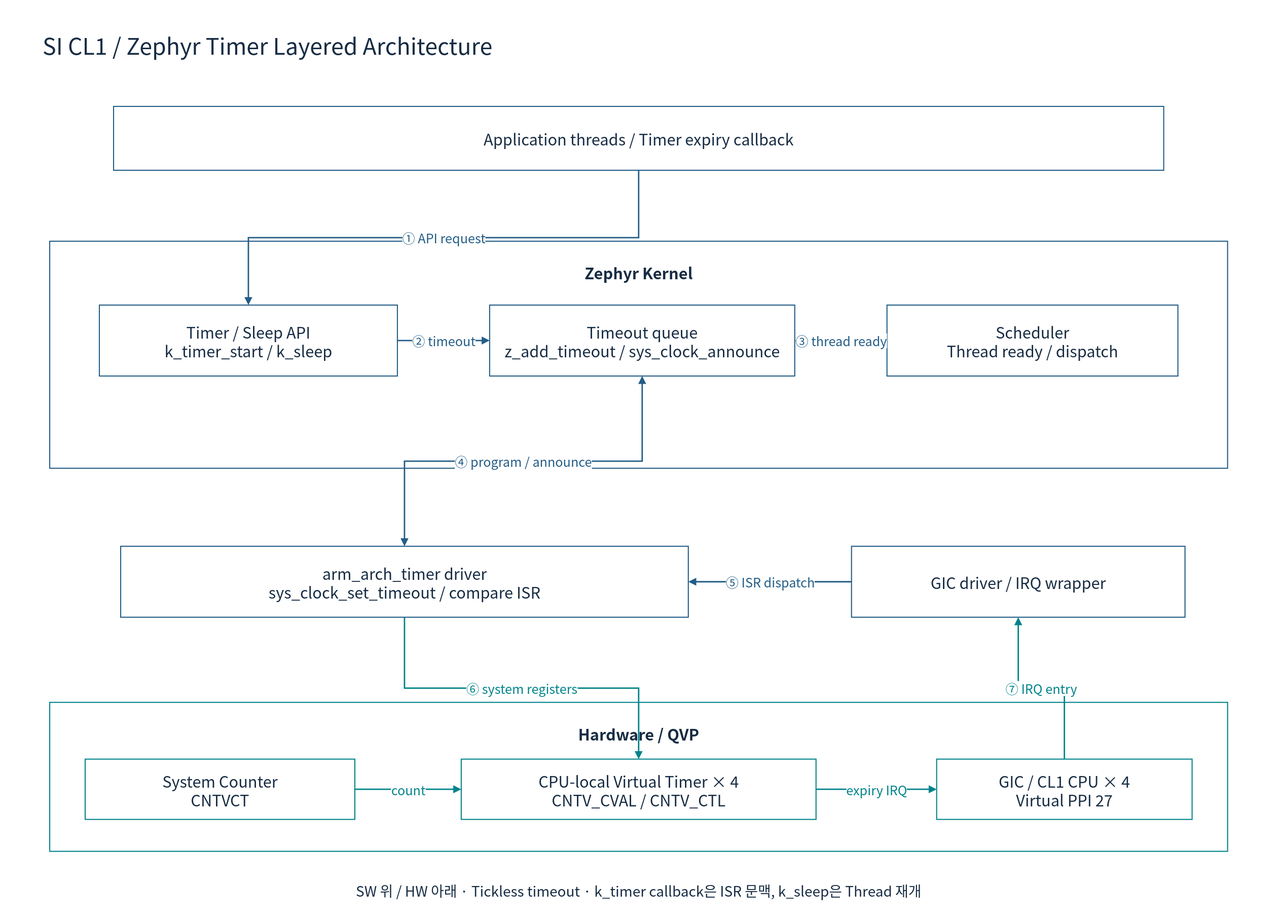
Earlier version of the draw.io export doc/phase1/timer/diagrams/08g-zephyr-software.drawio.svg (cometzero/project-apollo). Source tidied: cells renumbered, new cells last; positions are measured from the earlier drawing's top-left corner, leaving out a move shared by most shapes.
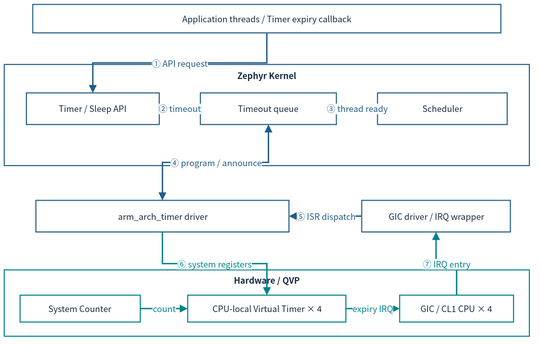
The same file after the commit.

The edit, as a diff of the source:
```diff
@@ -2,74 +2,65 @@
   <root>
     <mxCell id="0" />
     <mxCell id="1" parent="0" />
-    <mxCell id="2" style="rounded=0;whiteSpace=wrap;html=1;fillColor=#FFFFFF;strokeColor=none;strokeWidth=1.5;fontColor=#172C43;fontFamily=Noto Sans CJK KR;fontSize=22;spacing=10;" parent="1" vertex="1">
-      <mxGeometry width="1800" height="1300" as="geometry" />
-    </mxCell>
-    <mxCell id="3" value="SI CL1 / Zephyr Timer Layered Architecture" style="rounded=0;whiteSpace=wrap;html=1;fillColor=#FFFFFF;strokeColor=none;strokeWidth=1.5;fontColor=#172C43;fontFamily=Noto Sans CJK KR;fontSize=22;spacing=10;fontSize=32;align=left;" parent="1" vertex="1">
-      <mxGeometry x="50" y="30" width="1700" height="65" as="geometry" />
-    </mxCell>
-    <mxCell id="4" value="Application threads / Timer expiry callback" style="rounded=0;whiteSpace=wrap;html=1;fillColor=#FFFFFF;strokeColor=#235D86;strokeWidth=1.5;fontColor=#172C43;fontFamily=Noto Sans CJK KR;fontSize=22;spacing=10;" parent="1" vertex="1">
-      <mxGeometry x="160" y="150" width="1480" height="90" as="geometry" />
+    <mxCell id="4" value="Application threads / Timer expiry callback" style="rounded=0;whiteSpace=wrap;html=1;fillColor=#FFFFFF;strokeColor=#235D86;strokeWidth=1.5;fontColor=#172C43;fontFamily=Noto Sans CJK KR;fontSize=12;spacing=3;whiteSpace=wrap;" parent="1" vertex="1">
+      <mxGeometry x="52.1" y="12" width="659.8" height="40.1" as="geometry" />
     </mxCell>
-    <mxCell id="5" value="Zephyr Kernel" style="rounded=0;whiteSpace=wrap;html=1;fillColor=#FFFFFF;strokeColor=#235D86;strokeWidth=1.5;fontColor=#172C43;fontFamily=Noto Sans CJK KR;fontSize=22;spacing=10;verticalAlign=top;fontStyle=1;spacingTop=16;" parent="1" vertex="1">
-      <mxGeometry x="70" y="340" width="1660" height="320" as="geometry" />
+    <mxCell id="5" value="Zephyr Kernel" style="rounded=0;whiteSpace=wrap;html=1;fillColor=#FFFFFF;strokeColor=#235D86;strokeWidth=1.5;fontColor=#172C43;fontFamily=Noto Sans CJK KR;verticalAlign=top;fontStyle=1;fontSize=12;spacing=3;whiteSpace=wrap;" parent="1" vertex="1">
+      <mxGeometry x="12" y="96.7" width="740" height="142.7" as="geometry" />
     </mxCell>
-    <mxCell id="6" value="Timer / Sleep API&#10;k_timer_start / k_sleep" style="rounded=0;whiteSpace=wrap;html=1;fillColor=#FFFFFF;strokeColor=#235D86;strokeWidth=1.5;fontColor=#172C43;fontFamily=Noto Sans CJK KR;fontSize=22;spacing=10;" parent="1" vertex="1">
-      <mxGeometry x="140" y="430" width="420" height="100" as="geometry" />
+    <mxCell id="6" value="Timer / Sleep API" style="rounded=0;whiteSpace=wrap;html=1;fillColor=#FFFFFF;strokeColor=#235D86;strokeWidth=1.5;fontColor=#172C43;fontFamily=Noto Sans CJK KR;fontSize=12;spacing=3;whiteSpace=wrap;" parent="1" vertex="1">
+      <mxGeometry x="43.2" y="136.8" width="187.2" height="44.6" as="geometry" />
     </mxCell>
-    <mxCell id="7" value="Timeout queue&#10;z_add_timeout / sys_clock_announce" style="rounded=0;whiteSpace=wrap;html=1;fillColor=#FFFFFF;strokeColor=#235D86;strokeWidth=1.5;fontColor=#172C43;fontFamily=Noto Sans CJK KR;fontSize=22;spacing=10;" parent="1" vertex="1">
-      <mxGeometry x="690" y="430" width="430" height="100" as="geometry" />
+    <mxCell id="7" value="Timeout queue" style="rounded=0;whiteSpace=wrap;html=1;fillColor=#FFFFFF;strokeColor=#235D86;strokeWidth=1.5;fontColor=#172C43;fontFamily=Noto Sans CJK KR;fontSize=12;spacing=3;whiteSpace=wrap;" parent="1" vertex="1">
+      <mxGeometry x="288.4" y="136.8" width="191.7" height="44.6" as="geometry" />
     </mxCell>
-    <mxCell id="8" value="Scheduler&#10;Thread ready / dispatch" style="rounded=0;whiteSpace=wrap;html=1;fillColor=#FFFFFF;strokeColor=#235D86;strokeWidth=1.5;fontColor=#172C43;fontFamily=Noto Sans CJK KR;fontSize=22;spacing=10;" parent="1" vertex="1">
-      <mxGeometry x="1250" y="430" width="410" height="100" as="geometry" />
+    <mxCell id="8" value="Scheduler" style="rounded=0;whiteSpace=wrap;html=1;fillColor=#FFFFFF;strokeColor=#235D86;strokeWidth=1.5;fontColor=#172C43;fontFamily=Noto Sans CJK KR;fontSize=12;spacing=3;whiteSpace=wrap;" parent="1" vertex="1">
+      <mxGeometry x="538" y="136.8" width="182.8" height="44.6" as="geometry" />
     </mxCell>
-    <mxCell id="9" value="arm_arch_timer driver&#10;sys_clock_set_timeout / compare ISR" style="rounded=0;whiteSpace=wrap;html=1;fillColor=#FFFFFF;strokeColor=#235D86;strokeWidth=1.5;fontColor=#172C43;fontFamily=Noto Sans CJK KR;fontSize=22;spacing=10;" parent="1" vertex="1">
-      <mxGeometry x="170" y="770" width="800" height="100" as="geometry" />
+    <mxCell id="9" value="arm_arch_timer driver" style="rounded=0;whiteSpace=wrap;html=1;fillColor=#FFFFFF;strokeColor=#235D86;strokeWidth=1.5;fontColor=#172C43;fontFamily=Noto Sans CJK KR;fontSize=12;spacing=3;whiteSpace=wrap;" parent="1" vertex="1">
+      <mxGeometry x="56.6" y="288.4" width="356.6" height="44.6" as="geometry" />
     </mxCell>
-    <mxCell id="10" value="GIC driver / IRQ wrapper" style="rounded=0;whiteSpace=wrap;html=1;fillColor=#FFFFFF;strokeColor=#235D86;strokeWidth=1.5;fontColor=#172C43;fontFamily=Noto Sans CJK KR;fontSize=22;spacing=10;" parent="1" vertex="1">
-      <mxGeometry x="1200" y="770" width="470" height="100" as="geometry" />
+    <mxCell id="10" value="GIC driver / IRQ wrapper" style="rounded=0;whiteSpace=wrap;html=1;fillColor=#FFFFFF;strokeColor=#235D86;strokeWidth=1.5;fontColor=#172C43;fontFamily=Noto Sans CJK KR;fontSize=12;spacing=3;whiteSpace=wrap;" parent="1" vertex="1">
+      <mxGeometry x="515.7" y="288.4" width="209.5" height="44.6" as="geometry" />
     </mxCell>
-    <mxCell id="11" value="① API request" style="edgeStyle=orthogonalEdgeStyle;rounded=0;html=1;endArrow=block;endFill=1;strokeWidth=2;strokeColor=#235D86;fontColor=#235D86;fontFamily=Noto Sans CJK KR;fontSize=18;labelBackgroundColor=#FFFFFF;" parent="1" edge="1" source="4" target="6">
+    <mxCell id="11" value="① API request" style="edgeStyle=orthogonalEdgeStyle;rounded=0;html=1;endArrow=block;endFill=1;strokeWidth=2;strokeColor=#235D86;fontColor=#235D86;fontFamily=Noto Sans CJK KR;labelBackgroundColor=#FFFFFF;fontSize=12;spacing=3;whiteSpace=nowrap;" parent="1" edge="1" source="4" target="6">
       <mxGeometry relative="1" as="geometry" />
     </mxCell>
-    <mxCell id="12" value="② timeout" style="edgeStyle=orthogonalEdgeStyle;rounded=0;html=1;endArrow=block;endFill=1;strokeWidth=2;strokeColor=#235D86;fontColor=#235D86;fontFamily=Noto Sans CJK KR;fontSize=18;labelBackgroundColor=#FFFFFF;" parent="1" edge="1" source="6" target="7">
+    <mxCell id="12" value="② timeout" style="edgeStyle=orthogonalEdgeStyle;rounded=0;html=1;endArrow=block;endFill=1;strokeWidth=2;strokeColor=#235D86;fontColor=#235D86;fontFamily=Noto Sans CJK KR;labelBackgroundColor=#FFFFFF;fontSize=12;spacing=3;whiteSpace=nowrap;" parent="1" edge="1" source="6" target="7">
       <mxGeometry relative="1" as="geometry" />
     </mxCell>
-    <mxCell id="13" value="③ thread ready" style="edgeStyle=orthogonalEdgeStyle;rounded=0;html=1;endArrow=block;endFill=1;strokeWidth=2;strokeColor=#235D86;fontColor=#235D86;fontFamily=Noto Sans CJK KR;fontSize=18;labelBackgroundColor=#FFFFFF;" parent="1" edge="1" source="7" target="8">
+    <mxCell id="13" value="③ thread ready" style="edgeStyle=orthogonalEdgeStyle;rounded=0;html=1;endArrow=block;endFill=1;strokeWidth=2;strokeColor=#235D86;fontColor=#235D86;fontFamily=Noto Sans CJK KR;labelBackgroundColor=#FFFFFF;fontSize=12;spacing=3;whiteSpace=nowrap;" parent="1" edge="1" source="7" target="8">
       <mxGeometry relative="1" as="geometry" />
     </mxCell>
-    <mxCell id="14" value="④ program / announce" style="edgeStyle=orthogonalEdgeStyle;rounded=0;html=1;endArrow=block;endFill=1;strokeWidth=2;strokeColor=#235D86;fontColor=#235D86;fontFamily=Noto Sans CJK KR;fontSize=18;labelBackgroundColor=#FFFFFF;startArrow=block;" parent="1" edge="1" source="7" target="9">
+    <mxCell id="14" value="④ program / announce" style="edgeStyle=orthogonalEdgeStyle;rounded=0;html=1;endArrow=block;endFill=1;strokeWidth=2;strokeColor=#235D86;fontColor=#235D86;fontFamily=Noto Sans CJK KR;labelBackgroundColor=#FFFFFF;startArrow=block;fontSize=12;spacing=3;whiteSpace=nowrap;" parent="1" edge="1" source="7" target="9">
       <mxGeometry relative="1" as="geometry" />
     </mxCell>
-    <mxCell id="15" value="⑤ ISR dispatch" style="edgeStyle=orthogonalEdgeStyle;rounded=0;html=1;endArrow=block;endFill=1;strokeWidth=2;strokeColor=#235D86;fontColor=#235D86;fontFamily=Noto Sans CJK KR;fontSize=18;labelBackgroundColor=#FFFFFF;" parent="1" edge="1" source="10" target="9">
+    <mxCell id="15" value="⑤ ISR dispatch" style="edgeStyle=orthogonalEdgeStyle;rounded=0;html=1;endArrow=block;endFill=1;strokeWidth=2;strokeColor=#235D86;fontColor=#235D86;fontFamily=Noto Sans CJK KR;labelBackgroundColor=#FFFFFF;fontSize=12;spacing=3;whiteSpace=nowrap;" parent="1" edge="1" source="10" target="9">
       <mxGeometry relative="1" as="geometry" />
     </mxCell>
-    <mxCell id="16" value="Hardware / QVP" style="rounded=0;whiteSpace=wrap;html=1;fillColor=#FFFFFF;strokeColor=#00838A;strokeWidth=1.5;fontColor=#172C43;fontFamily=Noto Sans CJK KR;fontSize=22;spacing=10;verticalAlign=top;fontStyle=1;spacingTop=16;" parent="1" vertex="1">
-      <mxGeometry x="70" y="990" width="1660" height="210" as="geometry" />
+    <mxCell id="16" value="Hardware / QVP" style="rounded=0;whiteSpace=wrap;html=1;fillColor=#FFFFFF;strokeColor=#00838A;strokeWidth=1.5;fontColor=#172C43;fontFamily=Noto Sans CJK KR;verticalAlign=top;fontStyle=1;fontSize=12;spacing=3;whiteSpace=wrap;" parent="1" vertex="1">
+      <mxGeometry x="12" y="386.5" width="740" height="93.6" as="geometry" />
     </mxCell>
-    <mxCell id="17" value="System Counter&#10;CNTVCT" style="rounded=0;whiteSpace=wrap;html=1;fillColor=#FFFFFF;strokeColor=#00838A;strokeWidth=1.5;fontColor=#172C43;fontFamily=Noto Sans CJK KR;fontSize=22;spacing=10;" parent="1" vertex="1">
-      <mxGeometry x="120" y="1070" width="380" height="85" as="geometry" />
+    <mxCell id="17" value="System Counter" style="rounded=0;whiteSpace=wrap;html=1;fillColor=#FFFFFF;strokeColor=#00838A;strokeWidth=1.5;fontColor=#172C43;fontFamily=Noto Sans CJK KR;fontSize=12;spacing=3;whiteSpace=wrap;" parent="1" vertex="1">
+      <mxGeometry x="34.3" y="422.1" width="169.4" height="37.9" as="geometry" />
     </mxCell>
-    <mxCell id="18" value="CPU-local Virtual Timer × 4&#10;CNTV_CVAL / CNTV_CTL" style="rounded=0;whiteSpace=wrap;html=1;fillColor=#FFFFFF;strokeColor=#00838A;strokeWidth=1.5;fontColor=#172C43;fontFamily=Noto Sans CJK KR;fontSize=22;spacing=10;" parent="1" vertex="1">
-      <mxGeometry x="650" y="1070" width="500" height="85" as="geometry" />
+    <mxCell id="18" value="CPU-local Virtual Timer × 4" style="rounded=0;whiteSpace=wrap;html=1;fillColor=#FFFFFF;strokeColor=#00838A;strokeWidth=1.5;fontColor=#172C43;fontFamily=Noto Sans CJK KR;fontSize=12;spacing=3;whiteSpace=wrap;" parent="1" vertex="1">
+      <mxGeometry x="270.6" y="422.1" width="222.9" height="37.9" as="geometry" />
     </mxCell>
-    <mxCell id="19" value="GIC / CL1 CPU × 4&#10;Virtual PPI 27" style="rounded=0;whiteSpace=wrap;html=1;fillColor=#FFFFFF;strokeColor=#00838A;strokeWidth=1.5;fontColor=#172C43;fontFamily=Noto Sans CJK KR;fontSize=22;spacing=10;" parent="1" vertex="1">
-      <mxGeometry x="1320" y="1070" width="360" height="85" as="geometry" />
+    <mxCell id="19" value="GIC / CL1 CPU × 4" style="rounded=0;whiteSpace=wrap;html=1;fillColor=#FFFFFF;strokeColor=#00838A;strokeWidth=1.5;fontColor=#172C43;fontFamily=Noto Sans CJK KR;fontSize=12;spacing=3;whiteSpace=wrap;" parent="1" vertex="1">
+      <mxGeometry x="569.2" y="422.1" width="160.5" height="37.9" as="geometry" />
     </mxCell>
-    <mxCell id="20" value="count" style="edgeStyle=orthogonalEdgeStyle;rounded=0;html=1;endArrow=block;endFill=1;strokeWidth=2;strokeColor=#00838A;fontColor=#00838A;fontFamily=Noto Sans CJK KR;fontSize=18;labelBackgroundColor=#FFFFFF;" parent="1" edge="1" source="17" target="18">
+    <mxCell id="20" value="count" style="edgeStyle=orthogonalEdgeStyle;rounded=0;html=1;endArrow=block;endFill=1;strokeWidth=2;strokeColor=#00838A;fontColor=#00838A;fontFamily=Noto Sans CJK KR;labelBackgroundColor=#FFFFFF;fontSize=12;spacing=3;whiteSpace=nowrap;" parent="1" edge="1" source="17" target="18">
       <mxGeometry relative="1" as="geometry" />
     </mxCell>
-    <mxCell id="21" value="expiry IRQ" style="edgeStyle=orthogonalEdgeStyle;rounded=0;html=1;endArrow=block;endFill=1;strokeWidth=2;strokeColor=#00838A;fontColor=#00838A;fontFamily=Noto Sans CJK KR;fontSize=18;labelBackgroundColor=#FFFFFF;" parent="1" edge="1" source="18" target="19">
+    <mxCell id="21" value="expiry IRQ" style="edgeStyle=orthogonalEdgeStyle;rounded=0;html=1;endArrow=block;endFill=1;strokeWidth=2;strokeColor=#00838A;fontColor=#00838A;fontFamily=Noto Sans CJK KR;labelBackgroundColor=#FFFFFF;fontSize=12;spacing=3;whiteSpace=nowrap;" parent="1" edge="1" source="18" target="19">
       <mxGeometry relative="1" as="geometry" />
     </mxCell>
-    <mxCell id="22" value="⑥ system registers" style="edgeStyle=orthogonalEdgeStyle;rounded=0;html=1;endArrow=block;endFill=1;strokeWidth=2;strokeColor=#00838A;fontColor=#00838A;fontFamily=Noto Sans CJK KR;fontSize=18;labelBackgroundColor=#FFFFFF;" parent="1" edge="1" source="9" target="18">
+    <mxCell id="22" value="⑥ system registers" style="edgeStyle=orthogonalEdgeStyle;rounded=0;html=1;endArrow=block;endFill=1;strokeWidth=2;strokeColor=#00838A;fontColor=#00838A;fontFamily=Noto Sans CJK KR;labelBackgroundColor=#FFFFFF;fontSize=12;spacing=3;whiteSpace=nowrap;" parent="1" edge="1" source="9" target="18">
       <mxGeometry relative="1" as="geometry" />
     </mxCell>
-    <mxCell id="23" value="⑦ IRQ entry" style="edgeStyle=orthogonalEdgeStyle;rounded=0;html=1;endArrow=block;endFill=1;strokeWidth=2;strokeColor=#00838A;fontColor=#00838A;fontFamily=Noto Sans CJK KR;fontSize=18;labelBackgroundColor=#FFFFFF;" parent="1" edge="1" source="19" target="10">
+    <mxCell id="23" value="⑦ IRQ entry" style="edgeStyle=orthogonalEdgeStyle;rounded=0;html=1;endArrow=block;endFill=1;strokeWidth=2;strokeColor=#00838A;fontColor=#00838A;fontFamily=Noto Sans CJK KR;labelBackgroundColor=#FFFFFF;fontSize=12;spacing=3;whiteSpace=nowrap;" parent="1" edge="1" source="19" target="10">
       <mxGeometry relative="1" as="geometry" />
     </mxCell>
-    <mxCell id="24" value="SW 위 / HW 아래 · Tickless timeout · k_timer callback은 ISR 문맥, k_sleep은 Thread 재개" style="rounded=0;whiteSpace=wrap;html=1;fillColor=#FFFFFF;strokeColor=none;strokeWidth=1.5;fontColor=#172C43;fontFamily=Noto Sans CJK KR;fontSize=22;spacing=10;fontSize=20;" parent="1" vertex="1">
-      <mxGeometry x="70" y="1230" width="1660" height="50" as="geometry" />
-    </mxCell>
   </root>
 </mxGraphModel>
```
